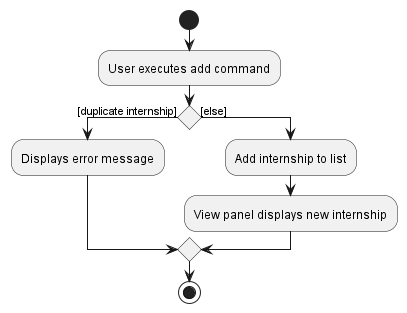
Earlier version of the PlantUML export docs/images/AddActivityDiagram.png (potty10/tp).
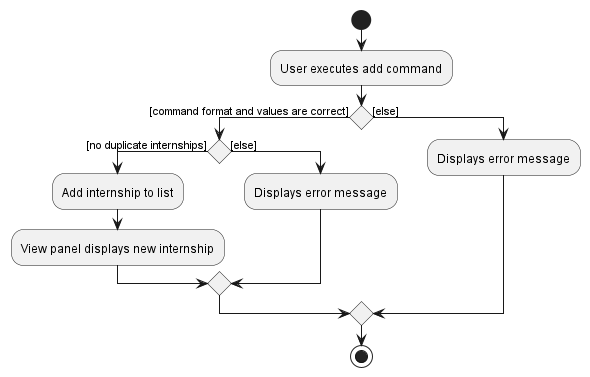
After the change.

Diff of the diagram source:
```diff
@@ -2,12 +2,19 @@
 
 start
 :User executes add command;
-if () then ([duplicate internship])
-    :Displays error message;
- else ([else])
+
+ if () then ([command format and values are correct])
+   if () then ([no duplicate internships])
     :Add internship to list;
     :View panel displays new internship;
- endif
+   else ([else])
+     :Displays error message;
+   endif
+  else ([else])
+     :Displays error message;
+  endif
+
 stop
 
+
 @enduml
```
